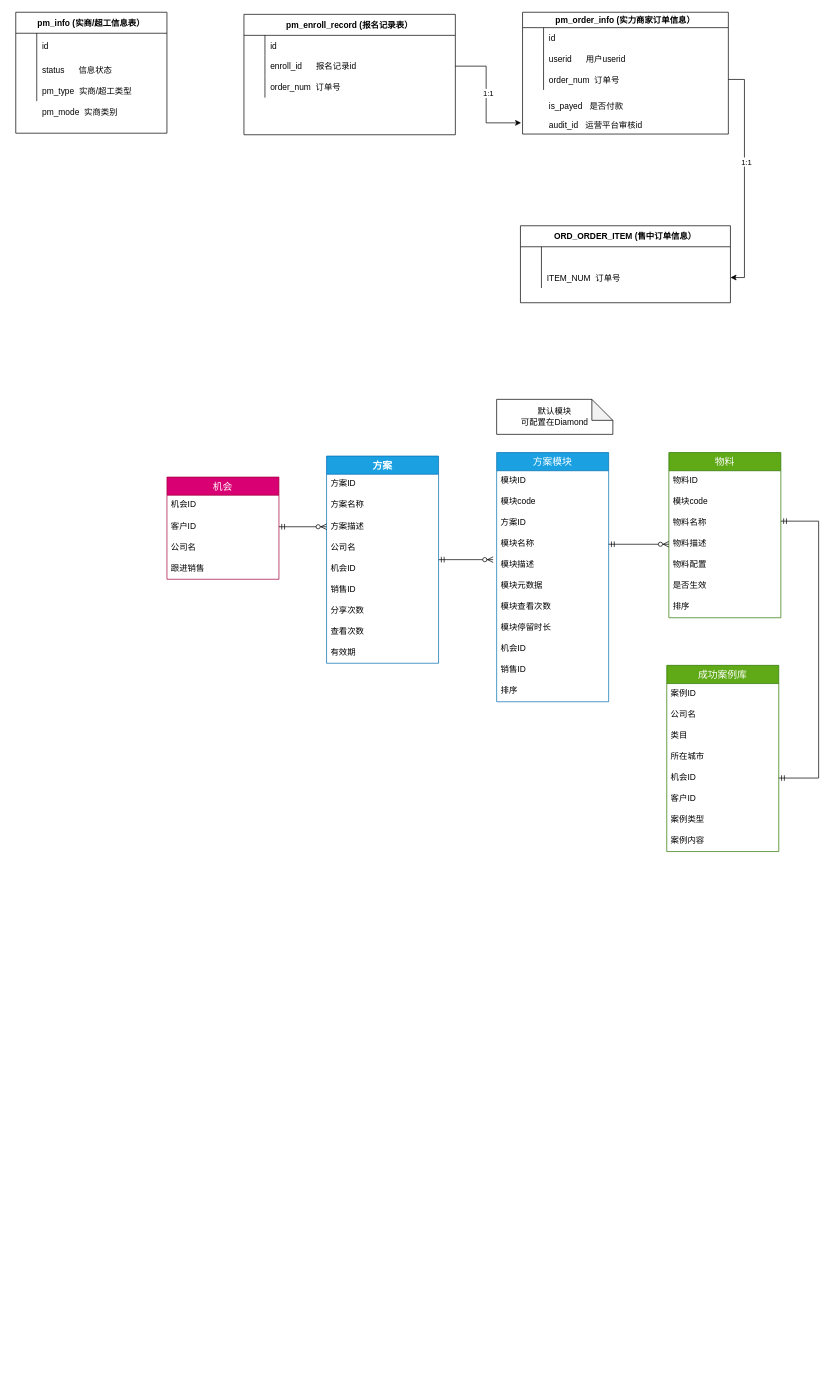
The draw.io diagram src/main/resources/超级工厂.drawio in pjmike/Java_Utils, before the edit. Source tidied: cells renumbered, new cells numbered last; positions are measured from the earlier drawing's top-left corner, leaving out a move shared by most shapes. Both pictures are drawn from the tidied source at 70%, with x=0, y=0 at pixel (15, 12).
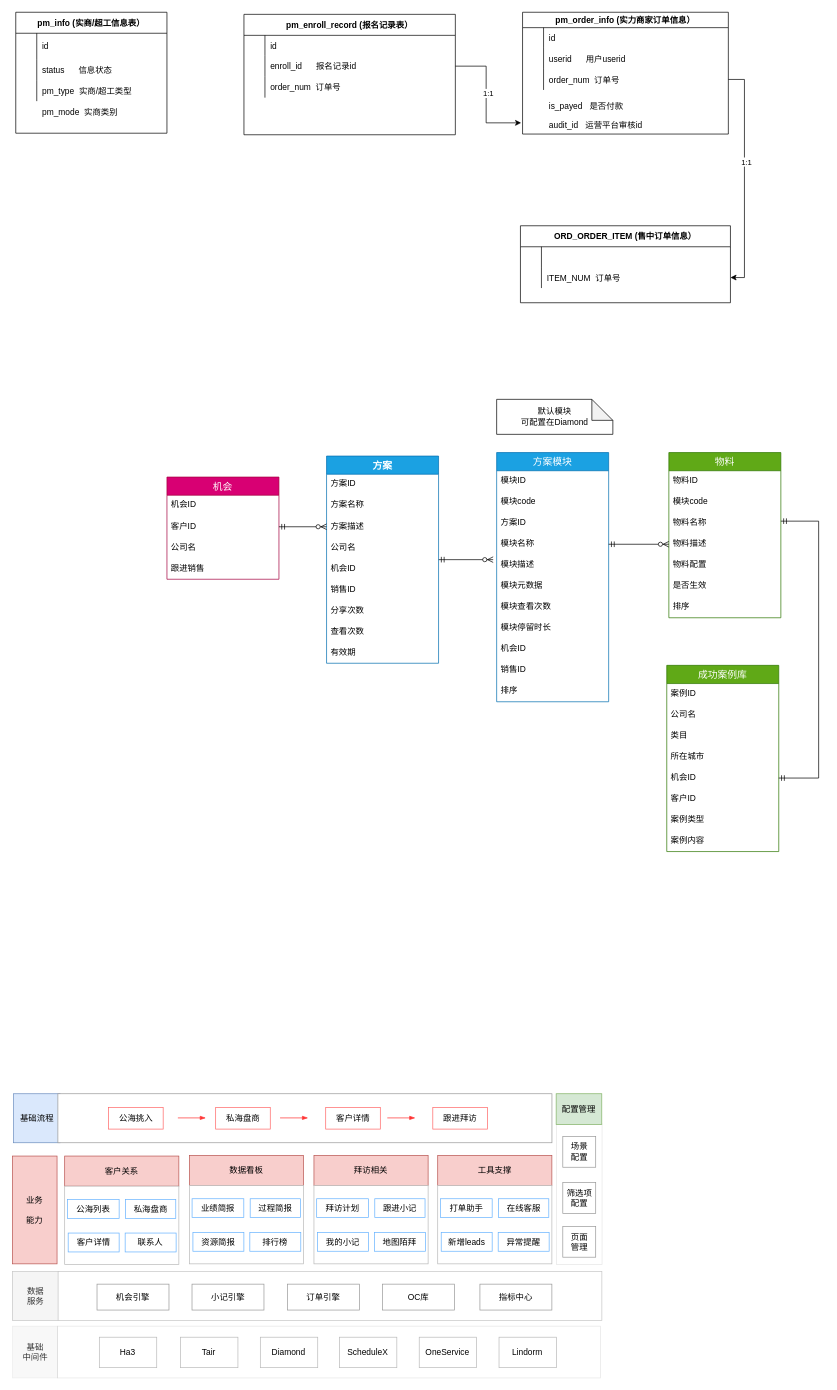
After the change.

Diff of the diagram source:
```diff
@@
+    <mxCell id="95" style="rounded=0;whiteSpace=wrap;html=1;strokeWidth=1;opacity=10;fillColor=none;" parent="1" vertex="1">
+      <mxGeometry x="59.5" y="1877" width="775.8" height="74" as="geometry" />
+    </mxCell>
+    <mxCell id="96" value="Ha3" style="rounded=0;whiteSpace=wrap;html=1;strokeWidth=1;gradientColor=none;fillColor=none;strokeColor=#BABABA;" parent="1" vertex="1">
+      <mxGeometry x="119.4" y="1892.8" width="82" height="43.5" as="geometry" />
+    </mxCell>
+    <mxCell id="97" value="Tair" style="rounded=0;whiteSpace=wrap;html=1;strokeWidth=1;gradientColor=none;fillColor=none;strokeColor=#BABABA;" parent="1" vertex="1">
+      <mxGeometry x="235.4" y="1892.8" width="82" height="43.5" as="geometry" />
+    </mxCell>
+    <mxCell id="98" value="Diamond" style="rounded=0;whiteSpace=wrap;html=1;strokeWidth=1;gradientColor=none;fillColor=none;strokeColor=#BABABA;" parent="1" vertex="1">
+      <mxGeometry x="349.4" y="1892.8" width="82" height="43.5" as="geometry" />
+    </mxCell>
+    <mxCell id="99" value="ScheduleX" style="rounded=0;whiteSpace=wrap;html=1;strokeWidth=1;gradientColor=none;fillColor=none;strokeColor=#BABABA;" parent="1" vertex="1">
+      <mxGeometry x="462.4" y="1892.8" width="82" height="43.5" as="geometry" />
+    </mxCell>
+    <mxCell id="100" value="OneService" style="rounded=0;whiteSpace=wrap;html=1;strokeWidth=1;gradientColor=none;fillColor=none;strokeColor=#BABABA;" parent="1" vertex="1">
+      <mxGeometry x="576.4" y="1892.8" width="82" height="43.5" as="geometry" />
+    </mxCell>
+    <mxCell id="101" value="Lindorm" style="rounded=0;whiteSpace=wrap;html=1;strokeWidth=1;gradientColor=none;fillColor=none;strokeColor=#BABABA;" parent="1" vertex="1">
+      <mxGeometry x="690.4" y="1892.8" width="82" height="43.5" as="geometry" />
+    </mxCell>
+    <mxCell id="102" value="基础&lt;br&gt;中间件" style="rounded=0;whiteSpace=wrap;html=1;strokeColor=#666666;strokeWidth=1;opacity=10;fontColor=#333333;fillColor=#BABABA;" parent="1" vertex="1">
+      <mxGeometry x="-4.5" y="1877" width="64" height="74" as="geometry" />
+    </mxCell>
+    <mxCell id="103" value="数据&lt;br&gt;服务" style="rounded=0;whiteSpace=wrap;html=1;strokeWidth=1;fillColor=#f5f5f5;fontColor=#333333;strokeColor=#C7C7C7;" parent="1" vertex="1">
+      <mxGeometry x="-4.8" y="1799" width="66.5" height="70" as="geometry" />
+    </mxCell>
+    <mxCell id="104" style="rounded=0;whiteSpace=wrap;html=1;strokeWidth=1;strokeColor=#C7C7C7;" parent="1" vertex="1">
+      <mxGeometry x="60.5" y="1799" width="776.8" height="70" as="geometry" />
+    </mxCell>
+    <mxCell id="105" value="机会引擎" style="rounded=0;whiteSpace=wrap;html=1;strokeColor=#999999;strokeWidth=1;" parent="1" vertex="1">
+      <mxGeometry x="116.1" y="1817" width="102.8" height="37" as="geometry" />
+    </mxCell>
+    <mxCell id="106" value="基础流程" style="rounded=0;whiteSpace=wrap;html=1;strokeColor=#6c8ebf;strokeWidth=1;fillColor=#dae8fc;" parent="1" vertex="1">
+      <mxGeometry x="-3.2" y="1545" width="66.5" height="70" as="geometry" />
+    </mxCell>
+    <mxCell id="107" style="rounded=0;whiteSpace=wrap;html=1;strokeColor=#999999;strokeWidth=1;" parent="1" vertex="1">
+      <mxGeometry x="60.2" y="1545" width="705.8" height="70" as="geometry" />
+    </mxCell>
+    <mxCell id="108" style="rounded=0;whiteSpace=wrap;html=1;strokeWidth=1;opacity=10;" parent="1" vertex="1">
+      <mxGeometry x="772.4" y="1588" width="65.2" height="201" as="geometry" />
+    </mxCell>
+    <mxCell id="109" value="配置管理" style="rounded=0;whiteSpace=wrap;html=1;strokeColor=#82b366;strokeWidth=1;fillColor=#d5e8d4;" parent="1" vertex="1">
+      <mxGeometry x="772" y="1545" width="65.2" height="44" as="geometry" />
+    </mxCell>
+    <mxCell id="110" value="场景&lt;br&gt;配置" style="rounded=0;whiteSpace=wrap;html=1;strokeColor=#999999;strokeWidth=1;" parent="1" vertex="1">
+      <mxGeometry x="781.5" y="1606" width="47" height="44" as="geometry" />
+    </mxCell>
+    <mxCell id="111" value="筛选项配置" style="rounded=0;whiteSpace=wrap;html=1;strokeColor=#999999;strokeWidth=1;" parent="1" vertex="1">
+      <mxGeometry x="781.5" y="1672" width="47" height="44" as="geometry" />
+    </mxCell>
+    <mxCell id="112" value="业务&lt;br&gt;&lt;br&gt;能力" style="rounded=0;whiteSpace=wrap;html=1;strokeWidth=1;fillColor=#f8cecc;strokeColor=#b85450;" parent="1" vertex="1">
+      <mxGeometry x="-4.8" y="1634" width="63.8" height="154" as="geometry" />
+    </mxCell>
+    <mxCell id="113" value="客户关系" style="rounded=0;whiteSpace=wrap;html=1;strokeColor=#b85450;strokeWidth=1;fillColor=#f8cecc;" parent="1" vertex="1">
+      <mxGeometry x="69.9" y="1634" width="163.1" height="43" as="geometry" />
+    </mxCell>
+    <mxCell id="114" style="rounded=0;whiteSpace=wrap;html=1;strokeWidth=1;gradientColor=#ffffff;strokeColor=#BABABA;" parent="1" vertex="1">
+      <mxGeometry x="69.9" y="1677" width="163.1" height="112" as="geometry" />
+    </mxCell>
+    <mxCell id="115" value="公海列表" style="rounded=0;whiteSpace=wrap;html=1;shadow=0;glass=0;sketch=0;strokeWidth=1;strokeColor=#66B2FF;" parent="1" vertex="1">
+      <mxGeometry x="73.8" y="1696" width="73.9" height="27" as="geometry" />
+    </mxCell>
+    <mxCell id="116" value="私海盘商" style="rounded=0;whiteSpace=wrap;html=1;shadow=0;glass=0;sketch=0;strokeWidth=1;strokeColor=#66B2FF;" parent="1" vertex="1">
+      <mxGeometry x="156.8" y="1696" width="71.8" height="27" as="geometry" />
+    </mxCell>
+    <mxCell id="117" value="客户详情" style="rounded=0;whiteSpace=wrap;html=1;shadow=0;glass=0;sketch=0;strokeWidth=1;strokeColor=#66B2FF;" parent="1" vertex="1">
+      <mxGeometry x="74.9" y="1744" width="72.8" height="27" as="geometry" />
+    </mxCell>
+    <mxCell id="118" value="页面&lt;br&gt;管理" style="rounded=0;whiteSpace=wrap;html=1;strokeColor=#999999;strokeWidth=1;" parent="1" vertex="1">
+      <mxGeometry x="781.5" y="1734.5" width="47" height="44" as="geometry" />
+    </mxCell>
+    <mxCell id="119" style="endArrow=blockThin;html=1;fontColor=#000000;endFill=1;rounded=1;strokeColor=#FF3333;" parent="1" edge="1">
+      <mxGeometry relative="1" as="geometry">
+        <mxPoint x="231.6" y="1579.5" as="sourcePoint" />
+        <mxPoint x="271.6" y="1579.5" as="targetPoint" />
+      </mxGeometry>
+    </mxCell>
+    <mxCell id="120" value="小记引擎" style="rounded=0;whiteSpace=wrap;html=1;strokeColor=#999999;strokeWidth=1;" parent="1" vertex="1">
+      <mxGeometry x="251.8" y="1817" width="102.8" height="37" as="geometry" />
+    </mxCell>
+    <mxCell id="121" value="订单引擎" style="rounded=0;whiteSpace=wrap;html=1;strokeColor=#999999;strokeWidth=1;" parent="1" vertex="1">
+      <mxGeometry x="388.1" y="1817" width="102.8" height="37" as="geometry" />
+    </mxCell>
+    <mxCell id="122" value="OC库" style="rounded=0;whiteSpace=wrap;html=1;strokeColor=#999999;strokeWidth=1;" parent="1" vertex="1">
+      <mxGeometry x="524.1" y="1817" width="102.8" height="37" as="geometry" />
+    </mxCell>
+    <mxCell id="123" value="指标中心" style="rounded=0;whiteSpace=wrap;html=1;strokeColor=#999999;strokeWidth=1;" parent="1" vertex="1">
+      <mxGeometry x="663.1" y="1817" width="102.8" height="37" as="geometry" />
+    </mxCell>
+    <mxCell id="124" style="endArrow=blockThin;html=1;fontColor=#000000;endFill=1;rounded=1;strokeColor=#FF3333;" parent="1" edge="1">
+      <mxGeometry relative="1" as="geometry">
+        <mxPoint x="377.6" y="1579.5" as="sourcePoint" />
+        <mxPoint x="417.6" y="1579.5" as="targetPoint" />
+      </mxGeometry>
+    </mxCell>
+    <mxCell id="125" style="endArrow=blockThin;html=1;fontColor=#000000;endFill=1;rounded=1;strokeColor=#FF3333;" parent="1" edge="1">
+      <mxGeometry relative="1" as="geometry">
+        <mxPoint x="530.8" y="1579.5" as="sourcePoint" />
+        <mxPoint x="570.8" y="1579.5" as="targetPoint" />
+      </mxGeometry>
+    </mxCell>
+    <mxCell id="126" value="跟进拜访" style="rounded=0;whiteSpace=wrap;html=1;strokeWidth=1;strokeColor=#FF6666;" parent="1" vertex="1">
+      <mxGeometry x="595.8" y="1564.5" width="78" height="31" as="geometry" />
+    </mxCell>
+    <mxCell id="127" value="联系人" style="rounded=0;whiteSpace=wrap;html=1;shadow=0;glass=0;sketch=0;strokeWidth=1;strokeColor=#66B2FF;" parent="1" vertex="1">
+      <mxGeometry x="156.3" y="1744" width="72.8" height="27" as="geometry" />
+    </mxCell>
+    <mxCell id="128" value="数据看板" style="rounded=0;whiteSpace=wrap;html=1;strokeColor=#b85450;strokeWidth=1;fillColor=#f8cecc;" parent="1" vertex="1">
+      <mxGeometry x="248" y="1633" width="163.1" height="43" as="geometry" />
+    </mxCell>
+    <mxCell id="129" style="rounded=0;whiteSpace=wrap;html=1;strokeWidth=1;gradientColor=#ffffff;strokeColor=#BABABA;" parent="1" vertex="1">
+      <mxGeometry x="248" y="1676" width="163.1" height="112" as="geometry" />
+    </mxCell>
+    <mxCell id="130" value="业绩简报" style="rounded=0;whiteSpace=wrap;html=1;shadow=0;glass=0;sketch=0;strokeWidth=1;strokeColor=#66B2FF;" parent="1" vertex="1">
+      <mxGeometry x="251.9" y="1695" width="73.9" height="27" as="geometry" />
+    </mxCell>
+    <mxCell id="131" value="过程简报" style="rounded=0;whiteSpace=wrap;html=1;shadow=0;glass=0;sketch=0;strokeWidth=1;strokeColor=#66B2FF;" parent="1" vertex="1">
+      <mxGeometry x="334.9" y="1695" width="71.8" height="27" as="geometry" />
+    </mxCell>
+    <mxCell id="132" value="资源简报" style="rounded=0;whiteSpace=wrap;html=1;shadow=0;glass=0;sketch=0;strokeWidth=1;strokeColor=#66B2FF;" parent="1" vertex="1">
+      <mxGeometry x="253.1" y="1743" width="72.8" height="27" as="geometry" />
+    </mxCell>
+    <mxCell id="133" value="排行榜" style="rounded=0;whiteSpace=wrap;html=1;shadow=0;glass=0;sketch=0;strokeWidth=1;strokeColor=#66B2FF;" parent="1" vertex="1">
+      <mxGeometry x="334.4" y="1743" width="72.8" height="27" as="geometry" />
+    </mxCell>
+    <mxCell id="134" value="拜访相关" style="rounded=0;whiteSpace=wrap;html=1;strokeColor=#b85450;strokeWidth=1;fillColor=#f8cecc;" parent="1" vertex="1">
+      <mxGeometry x="426" y="1633" width="163.1" height="43" as="geometry" />
+    </mxCell>
+    <mxCell id="135" style="rounded=0;whiteSpace=wrap;html=1;strokeWidth=1;gradientColor=#ffffff;strokeColor=#BABABA;" parent="1" vertex="1">
+      <mxGeometry x="426" y="1676" width="163.1" height="112" as="geometry" />
+    </mxCell>
+    <mxCell id="136" value="拜访计划" style="rounded=0;whiteSpace=wrap;html=1;shadow=0;glass=0;sketch=0;strokeWidth=1;strokeColor=#66B2FF;" parent="1" vertex="1">
+      <mxGeometry x="429.9" y="1695" width="73.9" height="27" as="geometry" />
+    </mxCell>
+    <mxCell id="137" value="跟进小记" style="rounded=0;whiteSpace=wrap;html=1;shadow=0;glass=0;sketch=0;strokeWidth=1;strokeColor=#66B2FF;" parent="1" vertex="1">
+      <mxGeometry x="512.9" y="1695" width="71.8" height="27" as="geometry" />
+    </mxCell>
+    <mxCell id="138" value="我的小记" style="rounded=0;whiteSpace=wrap;html=1;shadow=0;glass=0;sketch=0;strokeWidth=1;strokeColor=#66B2FF;" parent="1" vertex="1">
+      <mxGeometry x="431.1" y="1743" width="72.8" height="27" as="geometry" />
+    </mxCell>
+    <mxCell id="139" value="地图陌拜" style="rounded=0;whiteSpace=wrap;html=1;shadow=0;glass=0;sketch=0;strokeWidth=1;strokeColor=#66B2FF;" parent="1" vertex="1">
+      <mxGeometry x="512.4" y="1743" width="72.8" height="27" as="geometry" />
+    </mxCell>
+    <mxCell id="140" value="工具支撑" style="rounded=0;whiteSpace=wrap;html=1;strokeColor=#b85450;strokeWidth=1;fillColor=#f8cecc;" parent="1" vertex="1">
+      <mxGeometry x="602.8" y="1633" width="163.1" height="43" as="geometry" />
+    </mxCell>
+    <mxCell id="141" style="rounded=0;whiteSpace=wrap;html=1;strokeWidth=1;gradientColor=#ffffff;strokeColor=#BABABA;" parent="1" vertex="1">
+      <mxGeometry x="602.8" y="1676" width="163.1" height="112" as="geometry" />
+    </mxCell>
+    <mxCell id="142" value="打单助手" style="rounded=0;whiteSpace=wrap;html=1;shadow=0;glass=0;sketch=0;strokeWidth=1;strokeColor=#66B2FF;" parent="1" vertex="1">
+      <mxGeometry x="606.7" y="1695" width="73.9" height="27" as="geometry" />
+    </mxCell>
+    <mxCell id="143" value="在线客服" style="rounded=0;whiteSpace=wrap;html=1;shadow=0;glass=0;sketch=0;strokeWidth=1;strokeColor=#66B2FF;" parent="1" vertex="1">
+      <mxGeometry x="689.7" y="1695" width="71.8" height="27" as="geometry" />
+    </mxCell>
+    <mxCell id="144" value="新增leads" style="rounded=0;whiteSpace=wrap;html=1;shadow=0;glass=0;sketch=0;strokeWidth=1;strokeColor=#66B2FF;" parent="1" vertex="1">
+      <mxGeometry x="607.8" y="1743" width="72.8" height="27" as="geometry" />
+    </mxCell>
+    <mxCell id="145" value="异常提醒" style="rounded=0;whiteSpace=wrap;html=1;shadow=0;glass=0;sketch=0;strokeWidth=1;strokeColor=#66B2FF;" parent="1" vertex="1">
+      <mxGeometry x="689.2" y="1743" width="72.8" height="27" as="geometry" />
+    </mxCell>
+    <mxCell id="146" value="客户详情" style="rounded=0;whiteSpace=wrap;html=1;strokeWidth=1;strokeColor=#FF6666;" parent="1" vertex="1">
+      <mxGeometry x="442.8" y="1564.5" width="78" height="31" as="geometry" />
+    </mxCell>
+    <mxCell id="147" value="私海盘商" style="rounded=0;whiteSpace=wrap;html=1;strokeWidth=1;strokeColor=#FF6666;" parent="1" vertex="1">
+      <mxGeometry x="285.6" y="1564.5" width="78" height="31" as="geometry" />
+    </mxCell>
+    <mxCell id="148" value="公海挑入" style="rounded=0;whiteSpace=wrap;html=1;strokeWidth=1;strokeColor=#FF6666;" parent="1" vertex="1">
+      <mxGeometry x="132.6" y="1564.5" width="78" height="31" as="geometry" />
+    </mxCell>
```
